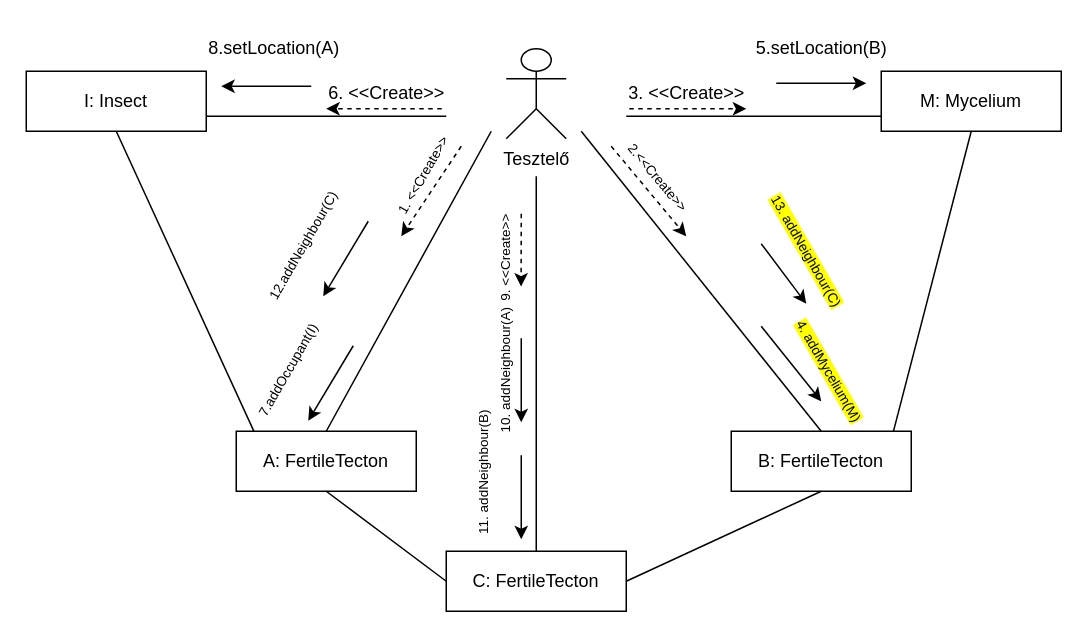
The draw.io diagram page "MoveNotNeighboursKomm" (3 of 17) of 5_szkeleton_terv/BJ Komm&Seq .drawio in koharzsombor/bandITs, before the edit. Source tidied: cells renumbered, new cells numbered last; positions are measured from the earlier drawing's top-left corner, leaving out a move shared by most shapes. Both pictures are drawn from the tidied source at 150%, with x=0, y=0 at pixel (26, 26).
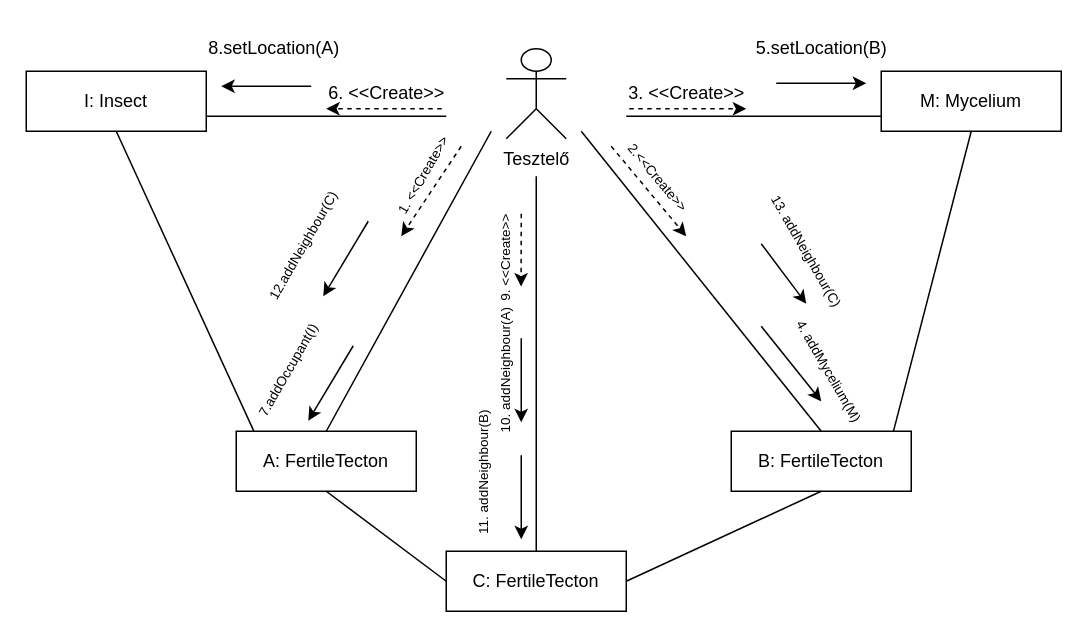
The same page after the edit.

Diff of the diagram source:
```diff
@@
-    <mxCell id="16" value="&lt;span style=&quot;background-color: light-dark(rgb(255, 255, 0), rgb(237, 237, 237));&quot;&gt;4. addMycelium(M)&lt;/span&gt;" style="text;html=1;align=center;verticalAlign=middle;strokeColor=none;fillColor=none;fontSize=9;rotation=60;" parent="1" vertex="1">
+    <mxCell id="16" value="&lt;span style=&quot;&quot;&gt;4. addMycelium(M)&lt;/span&gt;" style="text;html=1;align=center;verticalAlign=middle;strokeColor=none;fillColor=none;fontSize=9;rotation=60;labelBackgroundColor=default;" parent="1" vertex="1">
       <mxGeometry x="485" y="220" width="100" height="20" as="geometry" />
     </mxCell>
@@
-    <mxCell id="42" value="&lt;span style=&quot;background-color: light-dark(rgb(255, 255, 0), rgb(237, 237, 237));&quot;&gt;13. addNeighbour(C)&lt;/span&gt;" style="text;html=1;align=center;verticalAlign=middle;strokeColor=none;fillColor=none;fontSize=9;rotation=60;" parent="1" vertex="1">
+    <mxCell id="42" value="&lt;span style=&quot;&quot;&gt;13. addNeighbour(C)&lt;/span&gt;" style="text;html=1;align=center;verticalAlign=middle;strokeColor=none;fillColor=none;fontSize=9;rotation=60;labelBackgroundColor=default;" parent="1" vertex="1">
       <mxGeometry x="465" y="140" width="110" height="20" as="geometry" />
     </mxCell>
```
